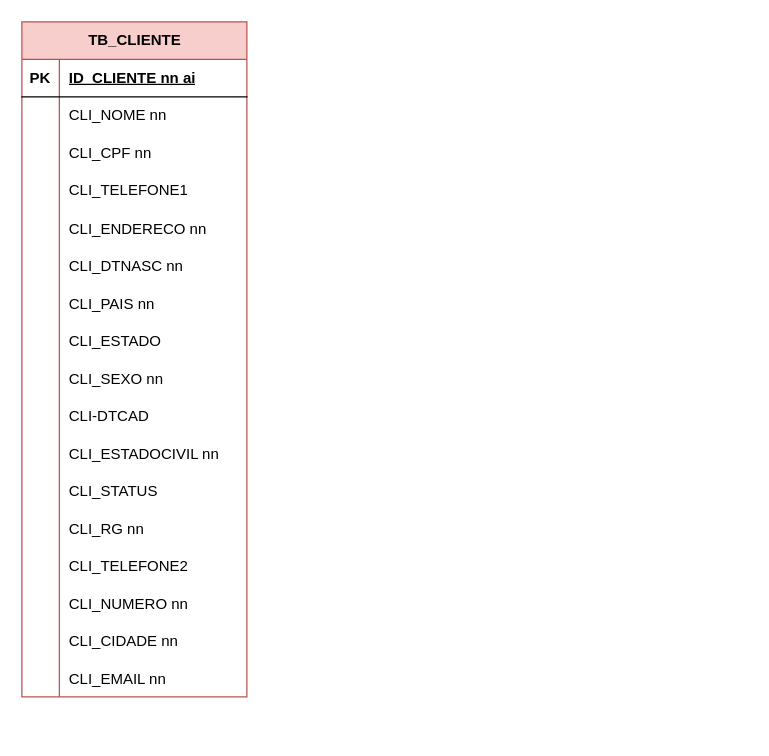
saintplis/TCC-Copperton keeps this draw.io diagram as TCC-Copperton/DB-Diagram.drawio. Above is the earlier version. Source tidied: cells renumbered, new cells numbered last; positions are measured from the earlier drawing's top-left corner, leaving out a move shared by most shapes. Both pictures are drawn from the tidied source at 125%, with x=0, y=0 at pixel (21, 21).
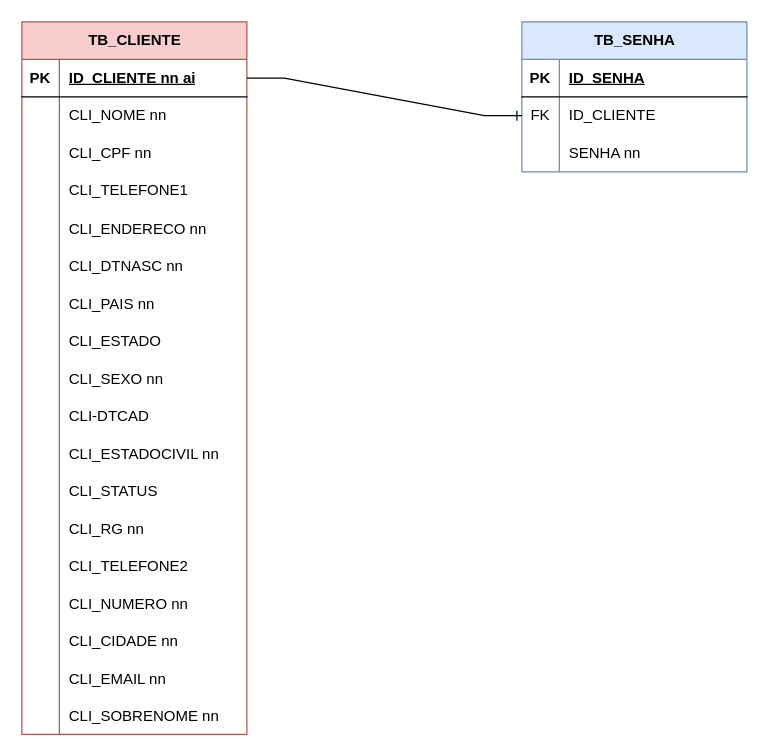
Above is the later version.

Commit message:
DB Diagram - Copperton Beta 1.2

Unchanged cells that the change refers to:
```xml
<mxCell id="3" style="shape=tableRow;horizontal=0;startSize=0;swimlaneHead=0;swimlaneBody=0;fillColor=none;points=[[0,0.5],[1,0.5]];portConstraint=eastwest;top=0;left=0;right=0;bottom=1;" parent="2" vertex="1">
  <mxGeometry y="30" width="180" height="30" as="geometry" />
</mxCell>
```

What changed in the source:
```diff
@@
     <mxCell id="2" value="TB_CLIENTE" style="shape=table;startSize=30;childLayout=tableLayout;rowLines=0;fontStyle=1;align=center;html=1;fillColor=#f8cecc;strokeColor=#b85450;" parent="1" vertex="1">
-      <mxGeometry width="180" height="540" as="geometry" />
+      <mxGeometry width="180" height="570" as="geometry" />
     </mxCell>
@@
+    <mxCell id="54" style="shape=tableRow;horizontal=0;startSize=0;swimlaneHead=0;swimlaneBody=0;fillColor=none;top=0;left=0;right=0;bottom=0;" parent="2" vertex="1">
+      <mxGeometry y="540" width="180" height="30" as="geometry" />
+    </mxCell>
+    <mxCell id="55" style="shape=partialRectangle;fillColor=none;top=0;left=0;bottom=0;right=0;overflow=hidden;" parent="54" vertex="1">
+      <mxGeometry width="30" height="30" as="geometry" />
+    </mxCell>
+    <mxCell id="56" value="CLI_SOBRENOME nn" style="shape=partialRectangle;fillColor=none;top=0;left=0;bottom=0;right=0;align=left;spacingLeft=6;overflow=hidden;" parent="54" vertex="1">
+      <mxGeometry x="30" width="150" height="30" as="geometry" />
+    </mxCell>
+    <mxCell id="57" value="TB_SENHA" style="shape=table;startSize=30;childLayout=tableLayout;rowLines=0;fontStyle=1;align=center;html=1;fillColor=#dae8fc;strokeColor=#6c8ebf;" parent="1" vertex="1">
+      <mxGeometry x="400" width="180" height="120" as="geometry" />
+    </mxCell>
+    <mxCell id="58" style="shape=tableRow;horizontal=0;startSize=0;swimlaneHead=0;swimlaneBody=0;fillColor=none;top=0;left=0;right=0;bottom=1;" parent="57" vertex="1">
+      <mxGeometry y="30" width="180" height="30" as="geometry" />
+    </mxCell>
+    <mxCell id="59" value="PK" style="shape=partialRectangle;fillColor=none;top=0;left=0;bottom=0;right=0;fontStyle=1;overflow=hidden;whiteSpace=wrap;html=1;" parent="58" vertex="1">
+      <mxGeometry width="30" height="30" as="geometry" />
+    </mxCell>
+    <mxCell id="60" value="ID_SENHA" style="shape=partialRectangle;fillColor=none;top=0;left=0;bottom=0;right=0;align=left;spacingLeft=6;fontStyle=5;overflow=hidden;whiteSpace=wrap;html=1;" parent="58" vertex="1">
+      <mxGeometry x="30" width="150" height="30" as="geometry" />
+    </mxCell>
+    <mxCell id="61" style="shape=tableRow;horizontal=0;startSize=0;swimlaneHead=0;swimlaneBody=0;fillColor=none;points=[[0,0.5],[1,0.5]];portConstraint=eastwest;top=0;left=0;right=0;bottom=0;" parent="57" vertex="1">
+      <mxGeometry y="60" width="180" height="30" as="geometry" />
+    </mxCell>
+    <mxCell id="62" value="FK" style="shape=partialRectangle;fillColor=none;top=0;left=0;bottom=0;right=0;fontStyle=0;overflow=hidden;whiteSpace=wrap;html=1;" parent="61" vertex="1">
+      <mxGeometry width="30" height="30" as="geometry" />
+    </mxCell>
+    <mxCell id="63" value="ID_CLIENTE" style="shape=partialRectangle;fillColor=none;top=0;left=0;bottom=0;right=0;align=left;spacingLeft=6;fontStyle=0;overflow=hidden;whiteSpace=wrap;html=1;" parent="61" vertex="1">
+      <mxGeometry x="30" width="150" height="30" as="geometry" />
+    </mxCell>
+    <mxCell id="64" style="shape=tableRow;horizontal=0;startSize=0;swimlaneHead=0;swimlaneBody=0;fillColor=none;top=0;left=0;right=0;bottom=0;" parent="57" vertex="1">
+      <mxGeometry y="90" width="180" height="30" as="geometry" />
+    </mxCell>
+    <mxCell id="65" style="shape=partialRectangle;fillColor=none;top=0;left=0;bottom=0;right=0;overflow=hidden;whiteSpace=wrap;html=1;" parent="64" vertex="1">
+      <mxGeometry width="30" height="30" as="geometry" />
+    </mxCell>
+    <mxCell id="66" value="SENHA nn" style="shape=partialRectangle;fillColor=none;top=0;left=0;bottom=0;right=0;align=left;spacingLeft=6;overflow=hidden;whiteSpace=wrap;html=1;" parent="64" vertex="1">
+      <mxGeometry x="30" width="150" height="30" as="geometry" />
+    </mxCell>
+    <mxCell id="67" style="edgeStyle=entityRelationEdgeStyle;fontSize=12;html=1;endArrow=ERone;endFill=1;rounded=0;exitX=1;exitY=0.5;exitDx=0;exitDy=0;entryX=0;entryY=0.5;entryDx=0;entryDy=0;" parent="1" edge="1" source="3" target="61">
+      <mxGeometry relative="1" as="geometry" />
+    </mxCell>
```
